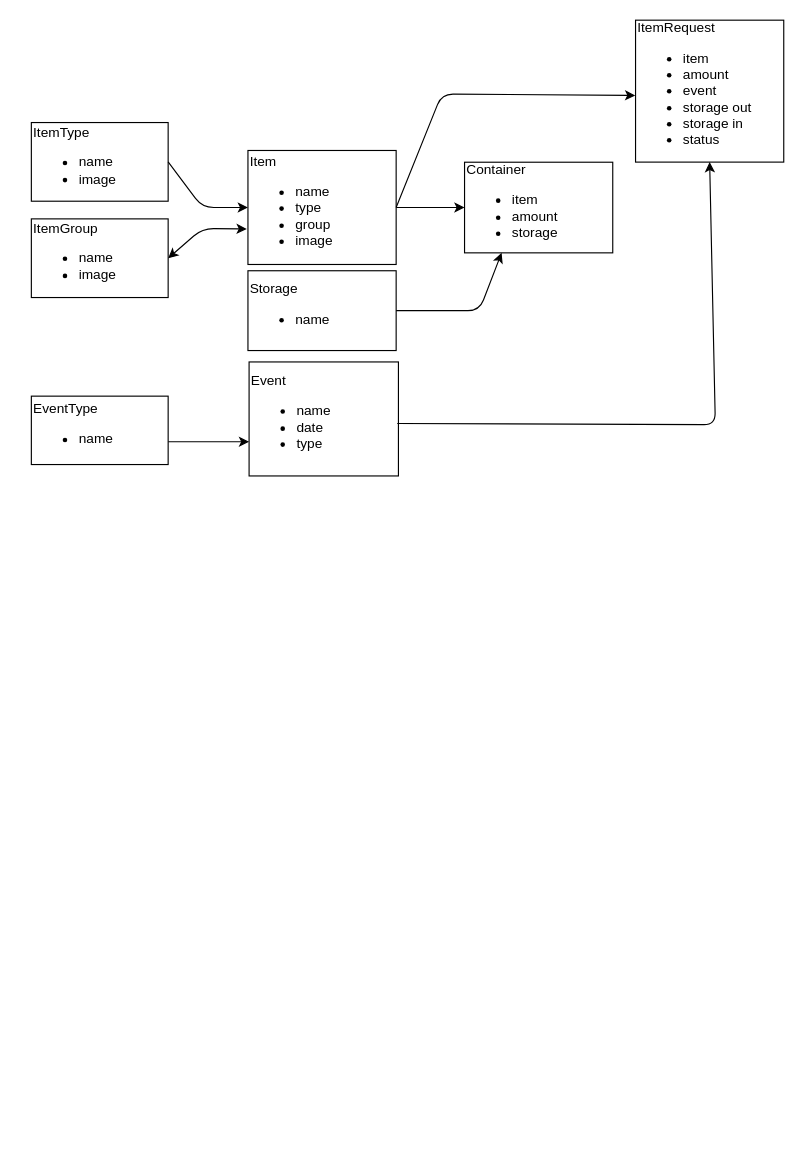
Earlier version of the draw.io diagram MHT.drawio (Aszhelt/MH_Training). Source tidied: cells renumbered, new cells numbered last; positions are measured from the earlier drawing's top-left corner, leaving out a move shared by most shapes. Both pictures are drawn from the tidied source at 114%, with x=0, y=0 at pixel (31, 19).
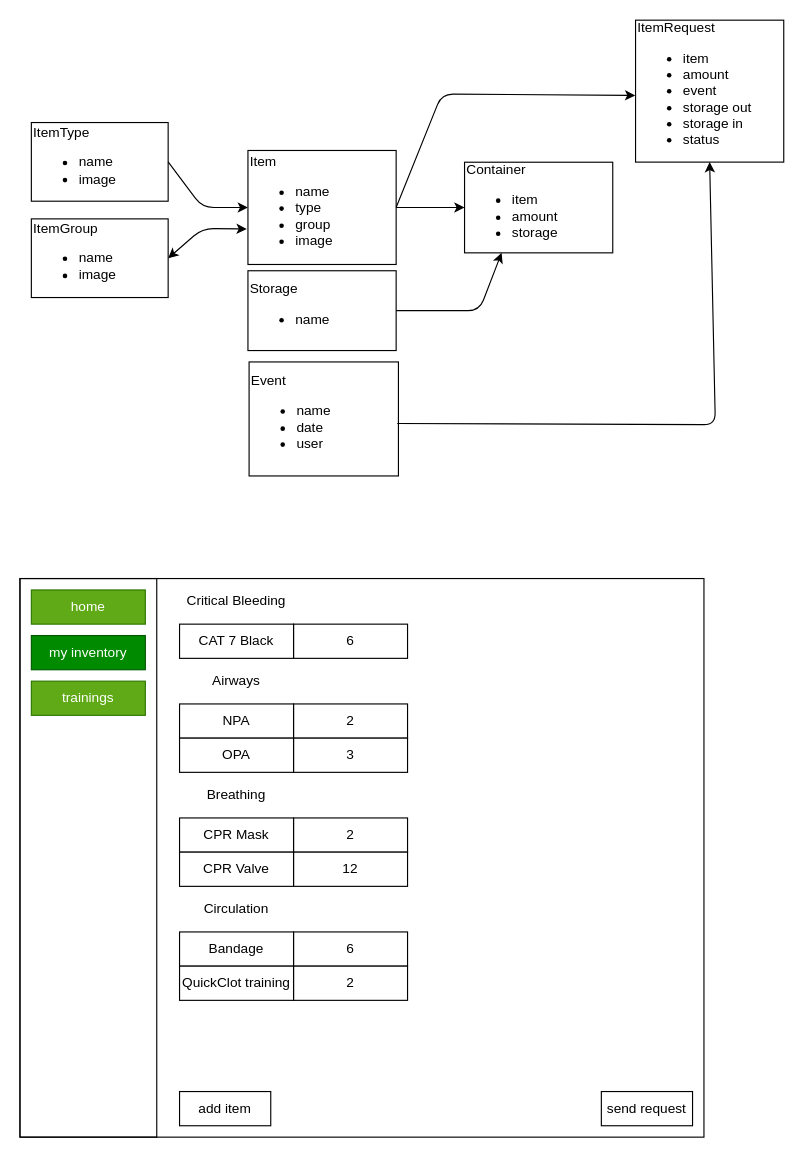
The same page after the edit.

Change to the diagram source:
```diff
@@
-    <mxCell id="6" value="&lt;div&gt;Event&lt;/div&gt;&lt;div&gt;&lt;ul&gt;&lt;li&gt;&lt;span&gt;name&lt;/span&gt;&lt;/li&gt;&lt;li&gt;&lt;span&gt;date&lt;/span&gt;&lt;/li&gt;&lt;li&gt;&lt;span&gt;type&lt;/span&gt;&lt;/li&gt;&lt;/ul&gt;&lt;/div&gt;" style="rounded=0;whiteSpace=wrap;html=1;align=left;" parent="1" vertex="1">
+    <mxCell id="6" value="&lt;div&gt;Event&lt;/div&gt;&lt;div&gt;&lt;ul&gt;&lt;li&gt;&lt;span&gt;name&lt;/span&gt;&lt;/li&gt;&lt;li&gt;&lt;span&gt;date&lt;/span&gt;&lt;/li&gt;&lt;li&gt;user&lt;/li&gt;&lt;/ul&gt;&lt;/div&gt;" style="rounded=0;whiteSpace=wrap;html=1;align=left;" parent="1" vertex="1">
       <mxGeometry x="191" y="300" width="131" height="100" as="geometry" />
     </mxCell>
@@
-    <mxCell id="15" style="edgeStyle=orthogonalEdgeStyle;rounded=0;jettySize=auto;html=1;" parent="1" edge="1" source="16" target="6">
-      <mxGeometry relative="1" as="geometry">
-        <Array as="points">
-          <mxPoint x="150" y="370" />
-          <mxPoint x="150" y="370" />
-        </Array>
-      </mxGeometry>
-    </mxCell>
-    <mxCell id="16" value="&lt;div&gt;EventType&lt;/div&gt;&lt;div&gt;&lt;ul&gt;&lt;li&gt;&lt;span&gt;name&lt;/span&gt;&lt;/li&gt;&lt;/ul&gt;&lt;/div&gt;" style="rounded=0;whiteSpace=wrap;html=1;align=left;" parent="1" vertex="1">
-      <mxGeometry y="330" width="120" height="60" as="geometry" />
-    </mxCell>
+    <mxCell id="17" style="rounded=0;whiteSpace=wrap;html=1;" parent="1" vertex="1">
+      <mxGeometry x="-10" y="490" width="600" height="490" as="geometry" />
+    </mxCell>
+    <mxCell id="18" value="6" style="rounded=0;whiteSpace=wrap;html=1;" parent="1" vertex="1">
+      <mxGeometry x="230" y="530" width="100" height="30" as="geometry" />
+    </mxCell>
+    <mxCell id="19" value="CAT 7 Black" style="rounded=0;whiteSpace=wrap;html=1;" parent="1" vertex="1">
+      <mxGeometry x="130" y="530" width="100" height="30" as="geometry" />
+    </mxCell>
+    <mxCell id="20" value="send request" style="rounded=0;whiteSpace=wrap;html=1;" parent="1" vertex="1">
+      <mxGeometry x="500" y="940" width="80" height="30" as="geometry" />
+    </mxCell>
+    <mxCell id="21" value="home" style="rounded=0;whiteSpace=wrap;html=1;fillColor=#60a917;strokeColor=#2D7600;fontColor=#ffffff;" parent="1" vertex="1">
+      <mxGeometry y="500" width="100" height="30" as="geometry" />
+    </mxCell>
+    <mxCell id="22" value="my inventory" style="rounded=0;whiteSpace=wrap;html=1;fillColor=#008a00;strokeColor=#005700;fontColor=#ffffff;" parent="1" vertex="1">
+      <mxGeometry y="540" width="100" height="30" as="geometry" />
+    </mxCell>
+    <mxCell id="23" value="trainings" style="rounded=0;whiteSpace=wrap;html=1;fillColor=#60a917;strokeColor=#2D7600;fontColor=#ffffff;" parent="1" vertex="1">
+      <mxGeometry y="580" width="100" height="30" as="geometry" />
+    </mxCell>
+    <mxCell id="24" value="2" style="rounded=0;whiteSpace=wrap;html=1;" parent="1" vertex="1">
+      <mxGeometry x="230" y="600" width="100" height="30" as="geometry" />
+    </mxCell>
+    <mxCell id="25" value="NPA" style="rounded=0;whiteSpace=wrap;html=1;" parent="1" vertex="1">
+      <mxGeometry x="130" y="600" width="100" height="30" as="geometry" />
+    </mxCell>
+    <mxCell id="26" value="3" style="rounded=0;whiteSpace=wrap;html=1;" parent="1" vertex="1">
+      <mxGeometry x="230" y="630" width="100" height="30" as="geometry" />
+    </mxCell>
+    <mxCell id="27" value="OPA" style="rounded=0;whiteSpace=wrap;html=1;" parent="1" vertex="1">
+      <mxGeometry x="130" y="630" width="100" height="30" as="geometry" />
+    </mxCell>
+    <mxCell id="28" value="2" style="rounded=0;whiteSpace=wrap;html=1;" parent="1" vertex="1">
+      <mxGeometry x="230" y="700" width="100" height="30" as="geometry" />
+    </mxCell>
+    <mxCell id="29" value="CPR Mask" style="rounded=0;whiteSpace=wrap;html=1;" parent="1" vertex="1">
+      <mxGeometry x="130" y="700" width="100" height="30" as="geometry" />
+    </mxCell>
+    <mxCell id="30" value="12" style="rounded=0;whiteSpace=wrap;html=1;" parent="1" vertex="1">
+      <mxGeometry x="230" y="730" width="100" height="30" as="geometry" />
+    </mxCell>
+    <mxCell id="31" value="CPR Valve" style="rounded=0;whiteSpace=wrap;html=1;" parent="1" vertex="1">
+      <mxGeometry x="130" y="730" width="100" height="30" as="geometry" />
+    </mxCell>
+    <mxCell id="32" value="6" style="rounded=0;whiteSpace=wrap;html=1;" parent="1" vertex="1">
+      <mxGeometry x="230" y="800" width="100" height="30" as="geometry" />
+    </mxCell>
+    <mxCell id="33" value="Bandage" style="rounded=0;whiteSpace=wrap;html=1;" parent="1" vertex="1">
+      <mxGeometry x="130" y="800" width="100" height="30" as="geometry" />
+    </mxCell>
+    <mxCell id="34" value="2" style="rounded=0;whiteSpace=wrap;html=1;" parent="1" vertex="1">
+      <mxGeometry x="230" y="830" width="100" height="30" as="geometry" />
+    </mxCell>
+    <mxCell id="35" value="QuickClot training" style="rounded=0;whiteSpace=wrap;html=1;" parent="1" vertex="1">
+      <mxGeometry x="130" y="830" width="100" height="30" as="geometry" />
+    </mxCell>
+    <mxCell id="36" value="Critical Bleeding" style="text;html=1;strokeColor=none;fillColor=none;align=center;verticalAlign=middle;whiteSpace=wrap;rounded=0;" parent="1" vertex="1">
+      <mxGeometry x="130" y="500" width="100" height="20" as="geometry" />
+    </mxCell>
+    <mxCell id="37" value="Airways" style="text;html=1;strokeColor=none;fillColor=none;align=center;verticalAlign=middle;whiteSpace=wrap;rounded=0;" parent="1" vertex="1">
+      <mxGeometry x="130" y="570" width="100" height="20" as="geometry" />
+    </mxCell>
+    <mxCell id="38" value="Breathing" style="text;html=1;strokeColor=none;fillColor=none;align=center;verticalAlign=middle;whiteSpace=wrap;rounded=0;" parent="1" vertex="1">
+      <mxGeometry x="130" y="670" width="100" height="20" as="geometry" />
+    </mxCell>
+    <mxCell id="39" value="Circulation" style="text;html=1;strokeColor=none;fillColor=none;align=center;verticalAlign=middle;whiteSpace=wrap;rounded=0;" parent="1" vertex="1">
+      <mxGeometry x="130" y="770" width="100" height="20" as="geometry" />
+    </mxCell>
+    <mxCell id="40" value="add item" style="rounded=0;whiteSpace=wrap;html=1;" parent="1" vertex="1">
+      <mxGeometry x="130" y="940" width="80" height="30" as="geometry" />
+    </mxCell>
+    <mxCell id="41" style="rounded=0;whiteSpace=wrap;html=1;fillColor=none;" parent="1" vertex="1">
+      <mxGeometry x="-10" y="490" width="120" height="490" as="geometry" />
+    </mxCell>
```
